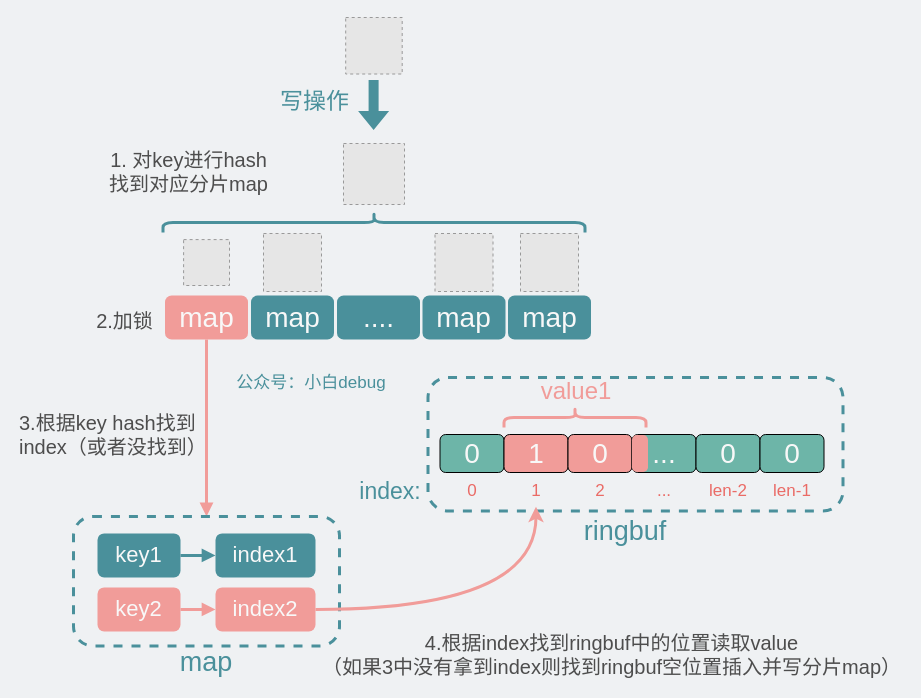
The draw.io diagram network/写分片map流程.drawio in xiaobaiTech/image, before the edit. Source tidied: cells renumbered, new cells numbered last; positions are measured from the earlier drawing's top-left corner, leaving out a move shared by most shapes. Both pictures are drawn from the tidied source at 100%, with x=0, y=0 at pixel (17, 11). Pictures stored in the file or linked from it are replaced by grey dashed boxes.
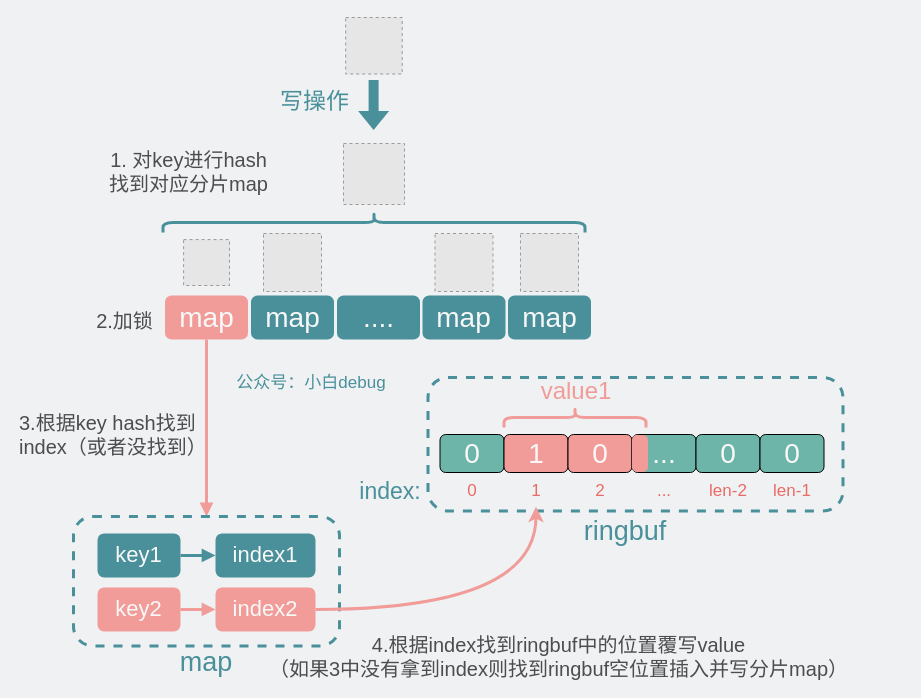
After the change.

Commit message:
更新写分片map流程.drawio

The edit, as a diff of the source:
```diff
@@
-    <mxCell id="48" value="&lt;font color=&quot;#4d4d4d&quot; style=&quot;font-size: 20px;&quot;&gt;4.根据index找到ringbuf中的位置读取value&lt;br&gt;（如果3中没有拿到index则找到ringbuf&lt;/font&gt;&lt;font color=&quot;#4d4d4d&quot; style=&quot;font-size: 20px;&quot;&gt;空位置插入并写分片map）&lt;br&gt;&lt;/font&gt;" style="text;html=1;strokeColor=none;fillColor=none;align=center;verticalAlign=middle;whiteSpace=wrap;rounded=0;" parent="1" vertex="1">
-      <mxGeometry x="301.5" y="628" width="585" height="30" as="geometry" />
+    <mxCell id="48" value="&lt;font color=&quot;#4d4d4d&quot; style=&quot;font-size: 20px;&quot;&gt;4.根据index找到ringbuf中的位置覆写value&lt;br&gt;（如果3中没有拿到index则找到ringbuf&lt;/font&gt;&lt;font color=&quot;#4d4d4d&quot; style=&quot;font-size: 20px;&quot;&gt;空位置插入并写分片map）&lt;br&gt;&lt;/font&gt;" style="text;html=1;strokeColor=none;fillColor=none;align=center;verticalAlign=middle;whiteSpace=wrap;rounded=0;" parent="1" vertex="1">
+      <mxGeometry x="249" y="630" width="585" height="30" as="geometry" />
     </mxCell>
```
